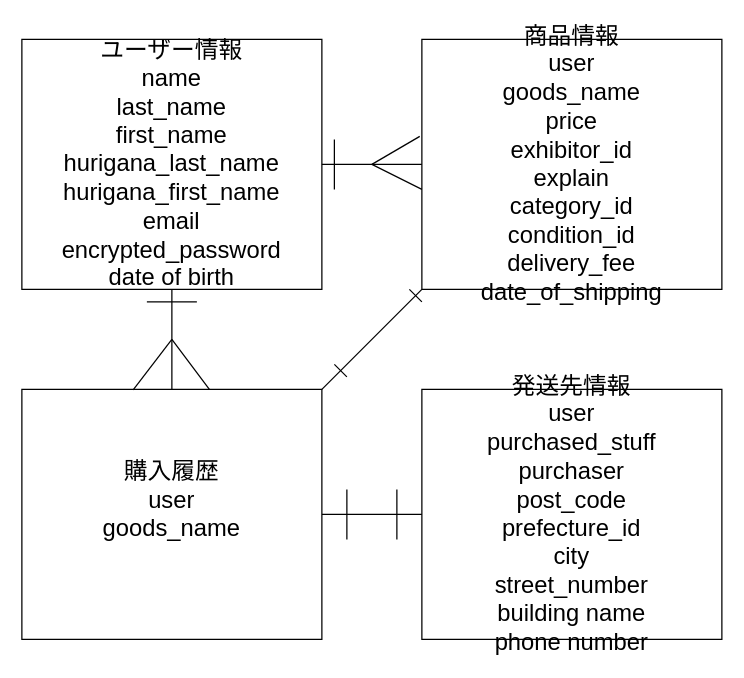
Sedwardy/furima-37775 keeps this draw.io diagram as furima.dio. Above is the earlier version. Source tidied: cells renumbered, new cells numbered last; positions are measured from the earlier drawing's top-left corner, leaving out a move shared by most shapes. Both pictures are drawn from the tidied source at 125%, with x=0, y=0 at pixel (21, 39).
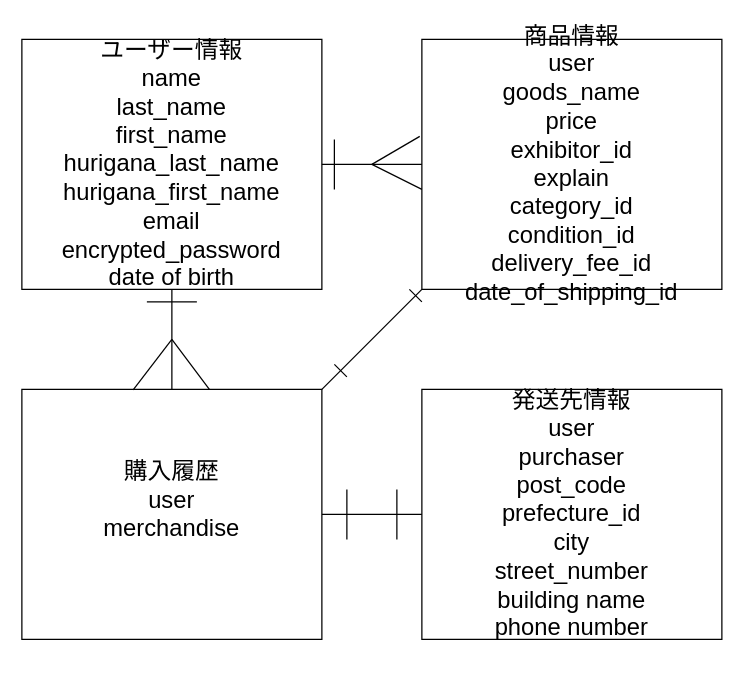
The same page after the edit.

Diff of the diagram source:
```diff
@@
-    <mxCell id="2" value="&lt;font style=&quot;font-size: 19px&quot;&gt;商品情報&lt;br&gt;user&lt;br&gt;goods_name&lt;br&gt;price&lt;br&gt;exhibitor_id&lt;br&gt;explain&lt;br&gt;category_id&lt;br&gt;condition_id&lt;br&gt;delivery_fee&lt;br&gt;date_of_shipping&lt;br&gt;&lt;/font&gt;" style="rounded=0;whiteSpace=wrap;html=1;" parent="1" vertex="1">
+    <mxCell id="2" value="&lt;font style=&quot;font-size: 19px&quot;&gt;商品情報&lt;br&gt;user&lt;br&gt;goods_name&lt;br&gt;price&lt;br&gt;exhibitor_id&lt;br&gt;explain&lt;br&gt;category_id&lt;br&gt;condition_id&lt;br&gt;delivery_fee_id&lt;br&gt;date_of_shipping_id&lt;br&gt;&lt;/font&gt;" style="rounded=0;whiteSpace=wrap;html=1;" parent="1" vertex="1">
       <mxGeometry x="320" width="240" height="200" as="geometry" />
     </mxCell>
@@
-    <mxCell id="4" value="&lt;font style=&quot;font-size: 19px&quot;&gt;発送先情報&lt;br&gt;user&lt;br&gt;purchased_stuff&lt;br&gt;purchaser&lt;br&gt;post_code&lt;br&gt;prefecture_id&lt;br&gt;city&lt;br&gt;street_number&lt;br&gt;building name&lt;br&gt;phone number&lt;br&gt;&lt;/font&gt;" style="rounded=0;whiteSpace=wrap;html=1;" parent="1" vertex="1">
+    <mxCell id="4" value="&lt;font style=&quot;font-size: 19px&quot;&gt;発送先情報&lt;br&gt;user&lt;br&gt;purchaser&lt;br&gt;post_code&lt;br&gt;prefecture_id&lt;br&gt;city&lt;br&gt;street_number&lt;br&gt;building name&lt;br&gt;phone number&lt;br&gt;&lt;/font&gt;" style="rounded=0;whiteSpace=wrap;html=1;" parent="1" vertex="1">
       <mxGeometry x="320" y="280" width="240" height="200" as="geometry" />
     </mxCell>
@@
-    <mxCell id="11" value="&lt;font style=&quot;font-size: 19px&quot;&gt;購入履歴&lt;br&gt;user&lt;br&gt;goods_name&lt;br&gt;&lt;br&gt;&lt;/font&gt;" style="rounded=0;whiteSpace=wrap;html=1;" parent="1" vertex="1">
+    <mxCell id="11" value="&lt;font style=&quot;font-size: 19px&quot;&gt;購入履歴&lt;br&gt;user&lt;br&gt;merchandise&lt;br&gt;&lt;br&gt;&lt;/font&gt;" style="rounded=0;whiteSpace=wrap;html=1;" parent="1" vertex="1">
       <mxGeometry y="280" width="240" height="200" as="geometry" />
     </mxCell>
```
